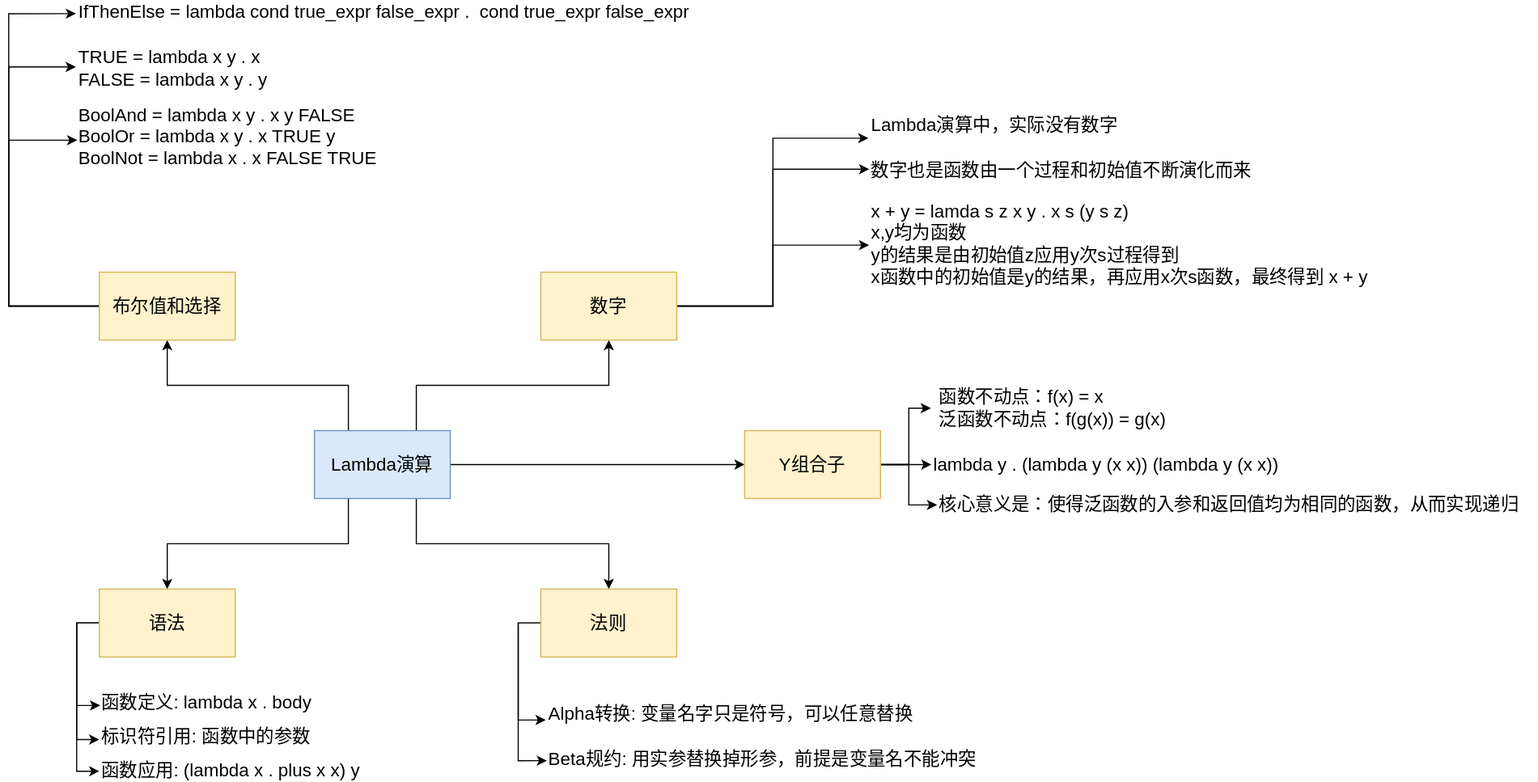
Earlier version of the draw.io export docs/lamda-calus.drawio.svg (109km/learn-sicp-by-exersices). Source tidied: cells renumbered, new cells last; positions are measured from the earlier drawing's top-left corner, leaving out a move shared by most shapes.
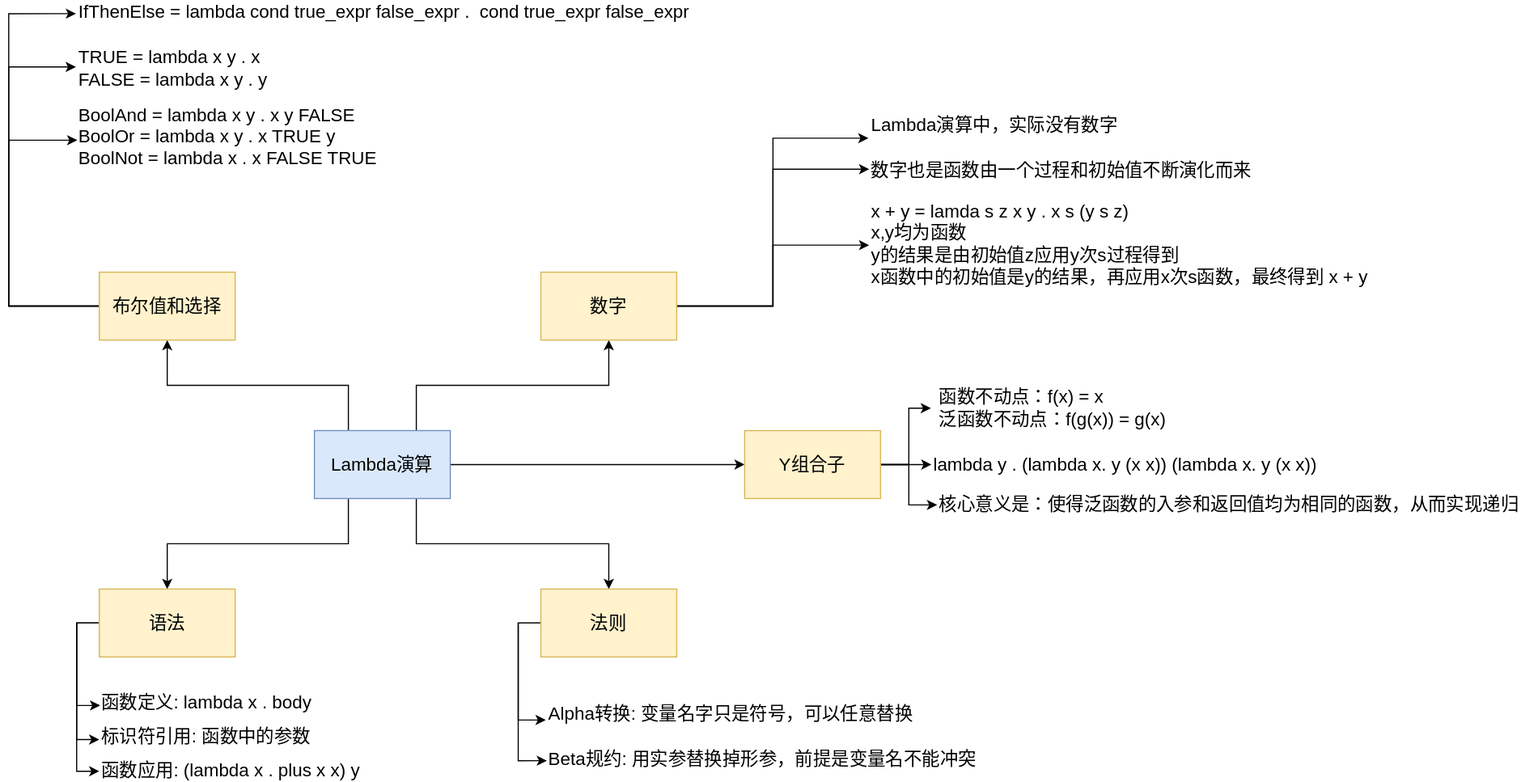
The same file after the commit.

Change to the diagram source:
```diff
@@ -125,8 +125,8 @@
     <mxCell id="37" value="Y组合子" style="rounded=0;whiteSpace=wrap;html=1;fillColor=#fff2cc;strokeColor=#d6b656;fontSize=16;" parent="1" vertex="1">
       <mxGeometry x="650" y="380" width="120" height="60" as="geometry" />
     </mxCell>
-    <mxCell id="38" value="lambda y . (lambda y (x x)) (lambda y (x x))" style="text;html=1;align=left;verticalAlign=middle;points=[];fontSize=16;" parent="1" vertex="1">
-      <mxGeometry x="815" y="400" width="320" height="20" as="geometry" />
+    <mxCell id="38" value="lambda y . (lambda x. y (x x)) (lambda x. y (x x))" style="text;html=1;align=left;verticalAlign=middle;points=[];fontSize=16;" parent="1" vertex="1">
+      <mxGeometry x="815" y="400" width="350" height="20" as="geometry" />
     </mxCell>
     <mxCell id="39" value="函数不动点：f(x) = x&lt;br style=&quot;font-size: 16px;&quot;&gt;泛函数不动点：f(g(x)) = g(x)" style="text;html=1;align=left;verticalAlign=middle;points=[];fontSize=16;" parent="1" vertex="1">
       <mxGeometry x="820" y="340" width="220" height="40" as="geometry" />
```
